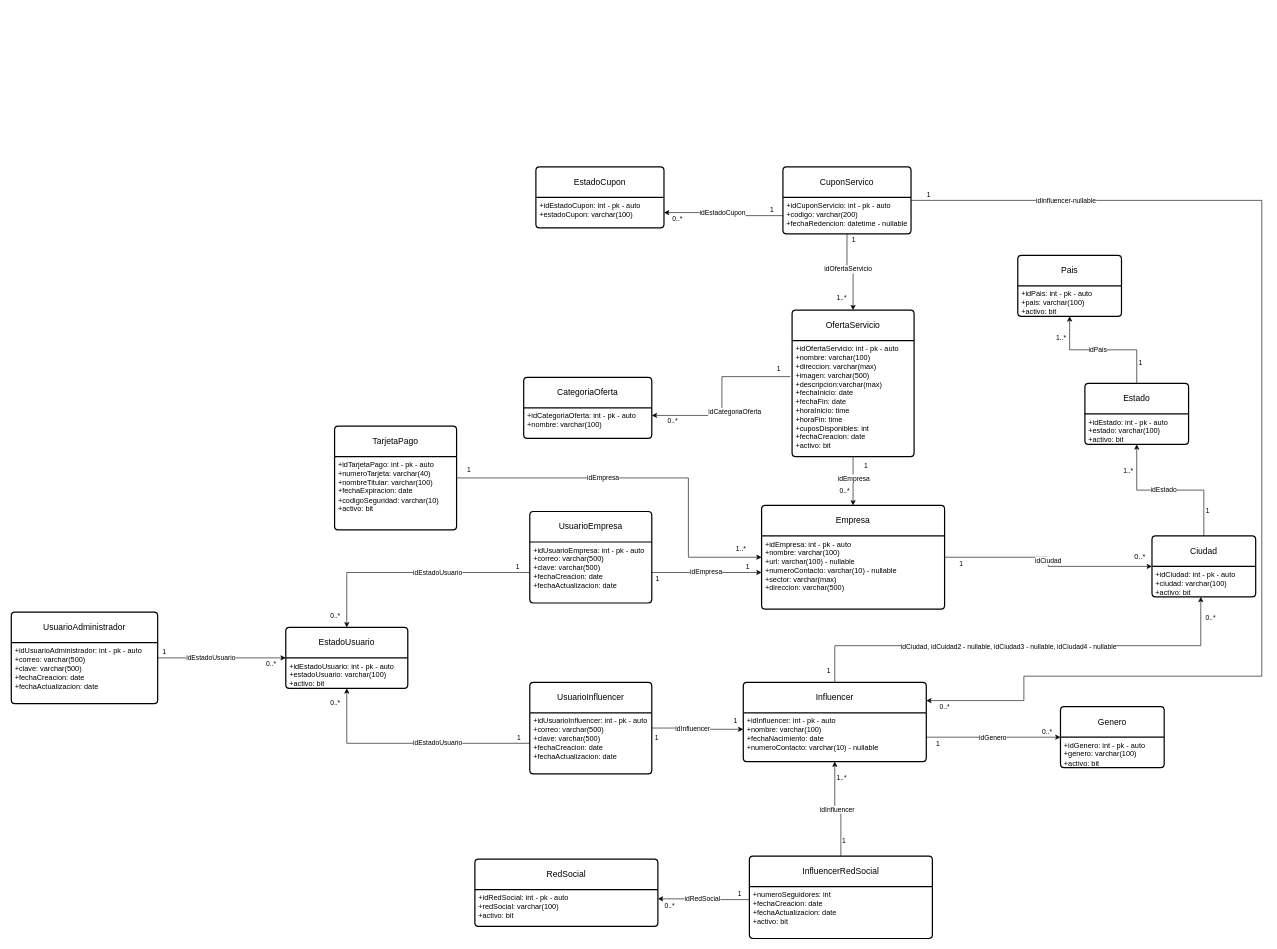
Before: page "Modelo Relacional" (2 of 3) of Arquitectura de software.drawio in felipeuniandinos/clubinflu, a draw.io diagram. Source tidied: cells renumbered, new cells numbered last; positions are measured from the earlier drawing's top-left corner, leaving out a move shared by most shapes. Both pictures are drawn from the tidied source at 61%, with x=0, y=0 at pixel (11, 167).
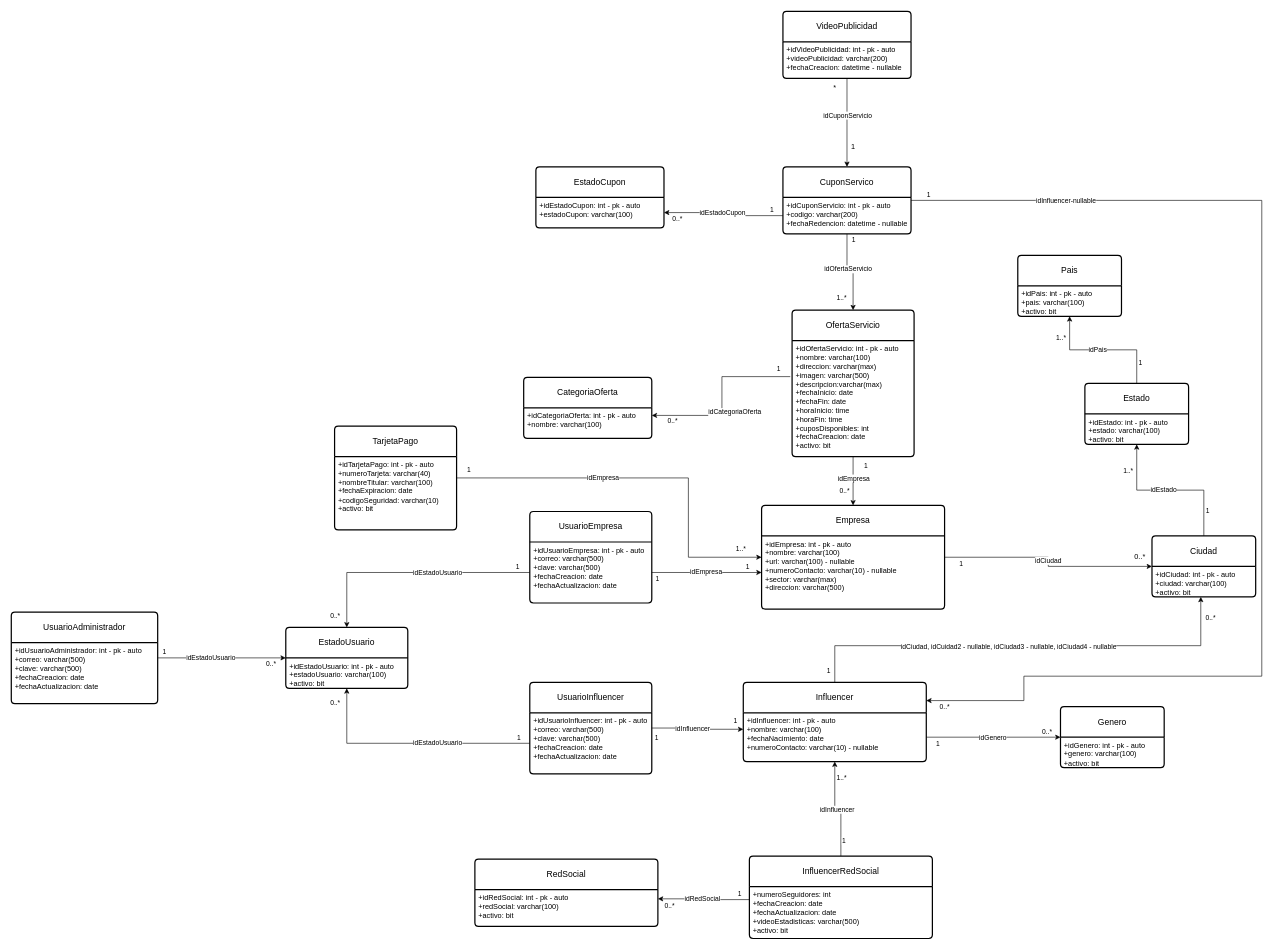
After the change.

Commit message:
Se ajusta el diagrama de arquitectura

Unchanged cells that the change refers to:
```xml
<mxCell id="44" value="InfluencerRedSocial" style="swimlane;horizontal=1;startSize=50;rounded=1;fontSize=14;fontStyle=0;strokeWidth=2;shadow=0;dashed=0;align=center;arcSize=4;whiteSpace=wrap;html=1;" parent="1" vertex="1">
  <mxGeometry x="1210" y="1130" width="300" height="135" as="geometry" />
</mxCell>
<mxCell id="74" value="CuponServico" style="swimlane;horizontal=1;startSize=50;rounded=1;fontSize=14;fontStyle=0;strokeWidth=2;shadow=0;dashed=0;align=center;arcSize=4;whiteSpace=wrap;html=1;" parent="1" vertex="1">
  <mxGeometry x="1265" width="210" height="110" as="geometry" />
</mxCell>
```

Change to the diagram source:
```diff
@@
-    <mxCell id="45" value="+numeroSeguidores: int&lt;div&gt;+fechaCreacion: date&lt;div&gt;+fechaActualizacion: date&lt;/div&gt;&lt;div&gt;+activo: bit&lt;/div&gt;&lt;/div&gt;" style="align=left;strokeColor=none;fillColor=none;spacingLeft=4;fontSize=12;verticalAlign=top;html=1;" parent="44" vertex="1">
+    <mxCell id="45" value="+numeroSeguidores: int&lt;div&gt;+fechaCreacion: date&lt;div&gt;+fechaActualizacion: date&lt;br&gt;+videoEstadisticas: varchar(500)&lt;/div&gt;&lt;div&gt;+activo: bit&lt;/div&gt;&lt;/div&gt;" style="align=left;strokeColor=none;fillColor=none;spacingLeft=4;fontSize=12;verticalAlign=top;html=1;" parent="44" vertex="1">
       <mxGeometry y="50" width="300" height="85" as="geometry" />
     </mxCell>
@@
+    <mxCell id="108" value="VideoPublicidad" style="swimlane;horizontal=1;startSize=50;rounded=1;fontSize=14;fontStyle=0;strokeWidth=2;shadow=0;dashed=0;align=center;arcSize=4;whiteSpace=wrap;html=1;" parent="1" vertex="1">
+      <mxGeometry x="1265" y="-255" width="210" height="110" as="geometry" />
+    </mxCell>
+    <mxCell id="109" value="+idVideoPublicidad: int - pk - auto&lt;div&gt;+videoPublicidad: varchar(200)&lt;br&gt;&lt;div&gt;+fechaCreacion: datetime - nullable&lt;/div&gt;&lt;/div&gt;" style="align=left;strokeColor=none;fillColor=none;spacingLeft=4;fontSize=12;verticalAlign=top;html=1;" parent="108" vertex="1">
+      <mxGeometry y="50" width="210" height="60" as="geometry" />
+    </mxCell>
+    <mxCell id="110" style="edgeStyle=orthogonalEdgeStyle;rounded=0;jettySize=auto;html=1;entryX=0.5;entryY=0;entryDx=0;entryDy=0;" parent="1" edge="1" source="109" target="74">
+      <mxGeometry relative="1" as="geometry" />
+    </mxCell>
+    <mxCell id="111" value="idCuponServicio" style="edgeLabel;html=1;align=center;verticalAlign=middle;" parent="110" vertex="1">
+      <mxGeometry x="-0.54" y="2" relative="1" as="geometry">
+        <mxPoint x="-2" y="27" as="offset" />
+      </mxGeometry>
+    </mxCell>
+    <mxCell id="112" value="1" style="text;html=1;align=center;verticalAlign=middle;strokeColor=none;fillColor=none;" parent="1" vertex="1">
+      <mxGeometry x="1365" y="-47" width="30" height="30" as="geometry" />
+    </mxCell>
+    <mxCell id="113" value="*" style="text;html=1;align=center;verticalAlign=middle;strokeColor=none;fillColor=none;" parent="1" vertex="1">
+      <mxGeometry x="1335" y="-145" width="30" height="30" as="geometry" />
+    </mxCell>
```
